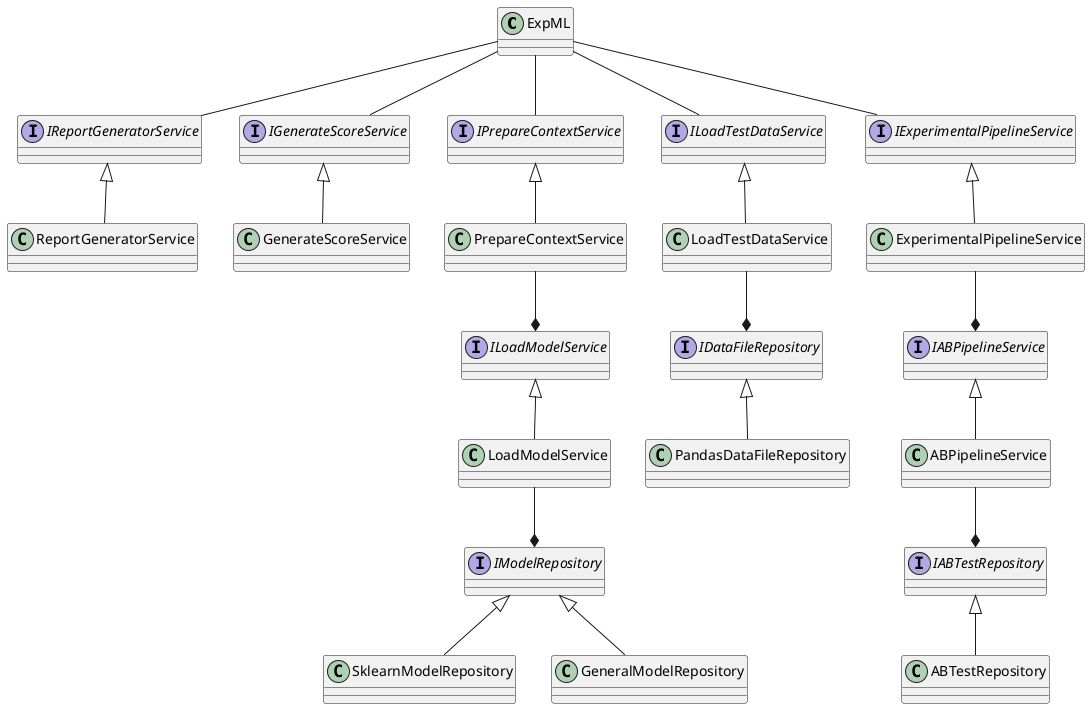
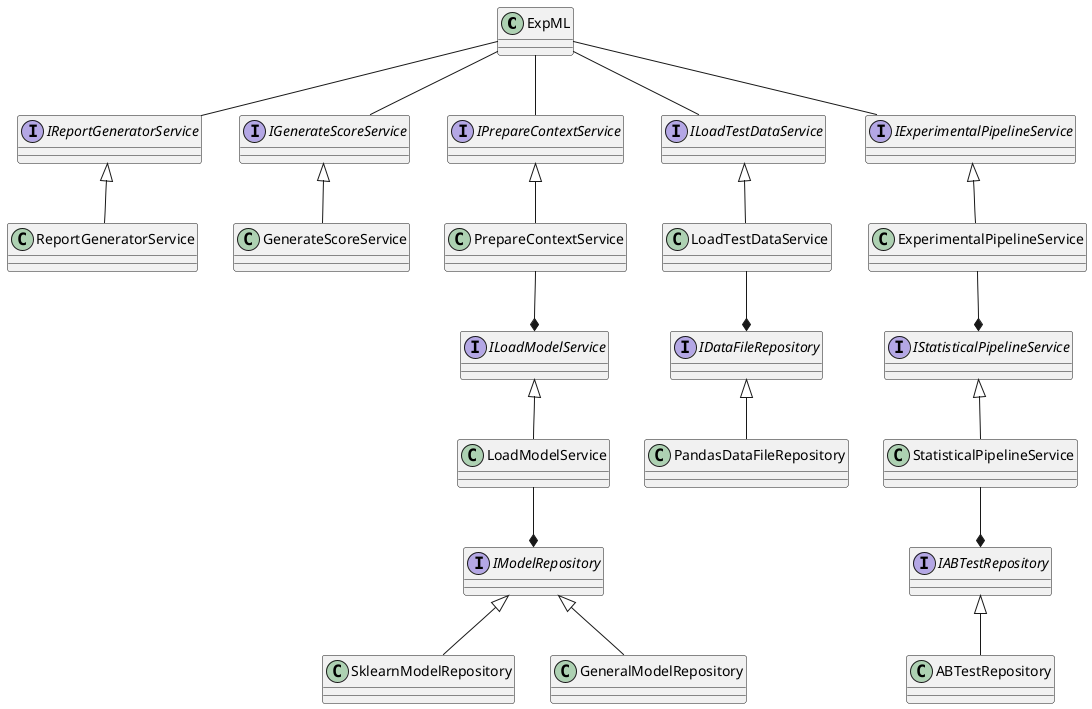
@startuml
class ExpML

interface IReportGeneratorService

class ReportGeneratorService

interface IGenerateScoreService

class GenerateScoreService

interface IPrepareContextService

class PrepareContextService

interface ILoadTestDataService

class LoadTestDataService

interface ILoadModelService

class LoadModelService

interface IExperimentalPipelineService

class ExperimentalPipelineService

- interface IABPipelineService
+ interface IStatisticalPipelineService

- class ABPipelineService
+ class StatisticalPipelineService

interface IABTestRepository

class ABTestRepository

interface IDataFileRepository

class PandasDataFileRepository

interface IModelRepository

class SklearnModelRepository

IExperimentalPipelineService <|-- ExperimentalPipelineService
- IABPipelineService <|-- ABPipelineService
+ IStatisticalPipelineService <|-- StatisticalPipelineService
ILoadModelService <|-- LoadModelService
ILoadTestDataService <|-- LoadTestDataService
IReportGeneratorService <|-- ReportGeneratorService
IPrepareContextService <|-- PrepareContextService
IGenerateScoreService <|-- GenerateScoreService
IDataFileRepository <|-- PandasDataFileRepository
IABTestRepository <|-- ABTestRepository
IModelRepository <|-- SklearnModelRepository
IModelRepository <|-- GeneralModelRepository

LoadModelService --* IModelRepository
PrepareContextService --* ILoadModelService
LoadTestDataService --* IDataFileRepository
- ABPipelineService --* IABTestRepository
- ExperimentalPipelineService --* IABPipelineService
+ StatisticalPipelineService --* IABTestRepository
+ ExperimentalPipelineService --* IStatisticalPipelineService

ExpML -- IGenerateScoreService
ExpML -- IPrepareContextService
ExpML -- ILoadTestDataService
ExpML -- IExperimentalPipelineService
ExpML -- IReportGeneratorService

@enduml